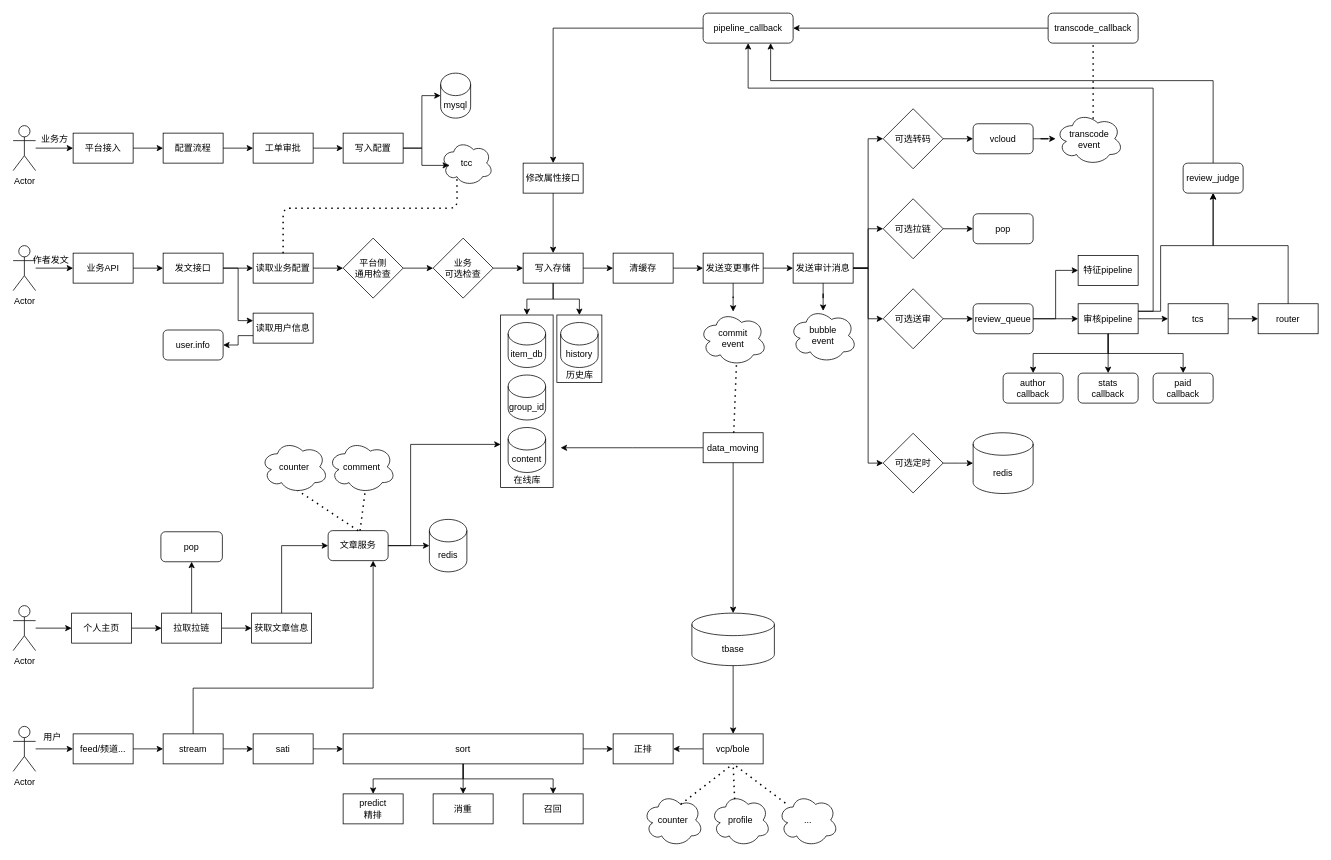
Earlier version of the draw.io diagram page "核心流程" (6 of 7) of 关键流程梳理.drawio (Jessie-via/for_drawio). Source tidied: cells renumbered, new cells numbered last; positions are measured from the earlier drawing's top-left corner, leaving out a move shared by most shapes. Both pictures are drawn from the tidied source at 75%, with x=0, y=0 at pixel (13, 13).
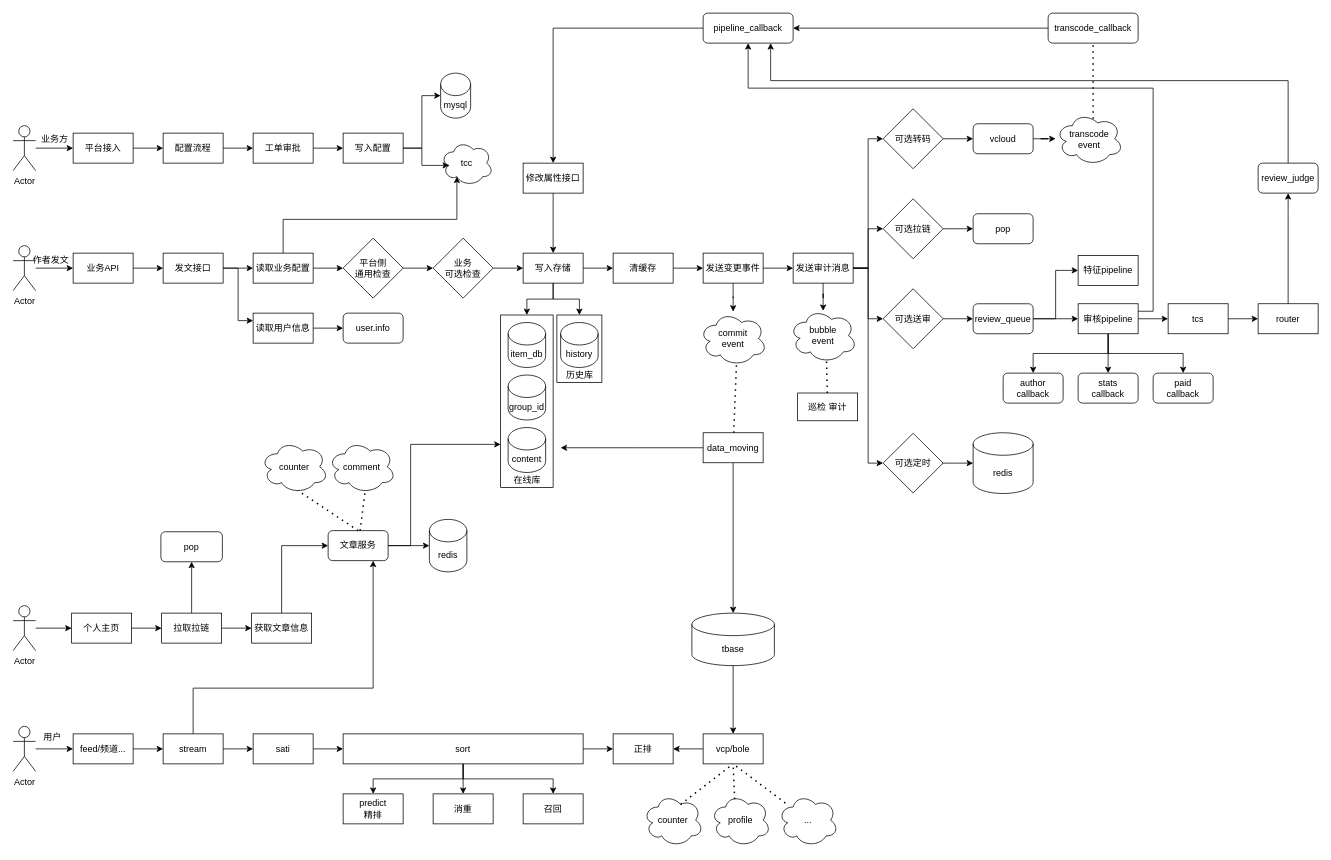
The same page after the edit.

Unchanged cells that the change refers to:
```xml
<mxCell id="14" value="tcc" style="ellipse;shape=cloud;whiteSpace=wrap;html=1;strokeColor=#000000;fillColor=none;" parent="1" vertex="1">
  <mxGeometry x="570" y="170" width="70" height="60" as="geometry" />
</mxCell>
<mxCell id="25" value="读取业务配置" style="rounded=0;whiteSpace=wrap;html=1;strokeColor=#000000;fillColor=none;" parent="1" vertex="1">
  <mxGeometry x="320" y="320" width="80" height="40" as="geometry" />
</mxCell>
<mxCell id="27" value="读取用户信息" style="rounded=0;whiteSpace=wrap;html=1;strokeColor=#000000;fillColor=none;" parent="1" vertex="1">
  <mxGeometry x="320" y="400" width="80" height="40" as="geometry" />
</mxCell>
<mxCell id="76" value="bubble&lt;br&gt;event" style="ellipse;shape=cloud;whiteSpace=wrap;html=1;strokeColor=#000000;fillColor=none;" parent="1" vertex="1">
  <mxGeometry x="1035" y="394" width="90" height="72" as="geometry" />
</mxCell>
<mxCell id="110" value="审核pipeline" style="rounded=0;whiteSpace=wrap;html=1;strokeColor=#000000;fillColor=none;" parent="1" vertex="1">
  <mxGeometry x="1420" y="387.5" width="80" height="40" as="geometry" />
</mxCell>
<mxCell id="115" value="router" style="rounded=0;whiteSpace=wrap;html=1;strokeColor=#000000;fillColor=none;" parent="1" vertex="1">
  <mxGeometry x="1660" y="387.5" width="80" height="40" as="geometry" />
</mxCell>
<mxCell id="130" value="pipeline_callback" style="rounded=1;whiteSpace=wrap;html=1;strokeColor=#000000;fillColor=none;" parent="1" vertex="1">
  <mxGeometry x="920" width="120" height="40" as="geometry" />
</mxCell>
```

Diff of the diagram source:
```diff
@@
+    <mxCell id="59" style="edgeStyle=orthogonalEdgeStyle;rounded=0;jettySize=auto;html=1;entryX=0.31;entryY=0.8;entryDx=0;entryDy=0;entryPerimeter=0;strokeColor=#000000;fillColor=#FFF2CC;exitX=0.5;exitY=0;exitDx=0;exitDy=0;" parent="1" edge="1" source="25" target="14">
+      <mxGeometry relative="1" as="geometry" />
+    </mxCell>
@@
-    <mxCell id="26" style="edgeStyle=orthogonalEdgeStyle;rounded=0;jettySize=auto;html=1;entryX=1;entryY=0.5;entryDx=0;entryDy=0;strokeColor=#000000;fillColor=#FFF2CC;exitX=0;exitY=0.75;exitDx=0;exitDy=0;" parent="1" edge="1" source="27" target="139">
+    <mxCell id="26" style="edgeStyle=orthogonalEdgeStyle;rounded=0;jettySize=auto;html=1;entryX=0;entryY=0.5;entryDx=0;entryDy=0;strokeColor=#000000;fillColor=#FFF2CC;exitX=1;exitY=0.5;exitDx=0;exitDy=0;" parent="1" edge="1" source="27" target="139">
       <mxGeometry relative="1" as="geometry" />
     </mxCell>
@@
-    <mxCell id="59" style="endArrow=none;dashed=1;html=1;dashPattern=1 3;strokeWidth=2;fillColor=#FFF2CC;entryX=0.31;entryY=0.8;entryDx=0;entryDy=0;entryPerimeter=0;exitX=0.5;exitY=0;exitDx=0;exitDy=0;" parent="1" edge="1" source="25" target="14">
-      <mxGeometry relative="1" as="geometry">
-        <Array as="points">
-          <mxPoint x="360" y="260" />
-          <mxPoint x="592" y="260" />
-        </Array>
-      </mxGeometry>
-    </mxCell>
@@
-    <mxCell id="106" style="edgeStyle=orthogonalEdgeStyle;rounded=0;jettySize=auto;html=1;exitX=1;exitY=0.25;exitDx=0;exitDy=0;entryX=0.5;entryY=1;entryDx=0;entryDy=0;strokeColor=#000000;fillColor=#FFF2CC;" parent="1" edge="1" source="110" target="132">
-      <mxGeometry relative="1" as="geometry">
-        <Array as="points">
-          <mxPoint x="1530" y="398" />
-          <mxPoint x="1530" y="310" />
-          <mxPoint x="1600" y="310" />
-        </Array>
-      </mxGeometry>
-    </mxCell>
@@
     <mxCell id="114" style="edgeStyle=orthogonalEdgeStyle;rounded=0;jettySize=auto;html=1;entryX=0.5;entryY=1;entryDx=0;entryDy=0;strokeColor=#000000;fillColor=#FFF2CC;exitX=0.5;exitY=0;exitDx=0;exitDy=0;" parent="1" edge="1" source="115" target="132">
       <mxGeometry relative="1" as="geometry">
         <Array as="points">
-          <mxPoint x="1700" y="310" />
-          <mxPoint x="1600" y="310" />
+          <mxPoint x="1700" y="270" />
+          <mxPoint x="1700" y="270" />
         </Array>
       </mxGeometry>
     </mxCell>
@@
-    <mxCell id="131" style="edgeStyle=orthogonalEdgeStyle;rounded=0;jettySize=auto;html=1;entryX=0.75;entryY=1;entryDx=0;entryDy=0;strokeColor=#000000;fillColor=#FFF2CC;" parent="1" edge="1" source="132" target="130">
+    <mxCell id="131" style="edgeStyle=orthogonalEdgeStyle;rounded=0;jettySize=auto;html=1;entryX=0.75;entryY=1;entryDx=0;entryDy=0;strokeColor=#000000;fillColor=#FFF2CC;exitX=0.5;exitY=0;exitDx=0;exitDy=0;" parent="1" edge="1" source="132" target="130">
       <mxGeometry relative="1" as="geometry">
         <Array as="points">
-          <mxPoint x="1600" y="90" />
+          <mxPoint x="1700" y="90" />
           <mxPoint x="1010" y="90" />
         </Array>
       </mxGeometry>
     </mxCell>
     <mxCell id="132" value="review_judge" style="rounded=1;whiteSpace=wrap;html=1;strokeColor=#000000;fillColor=none;" parent="1" vertex="1">
-      <mxGeometry x="1560" y="200" width="80" height="40" as="geometry" />
+      <mxGeometry x="1660" y="200" width="80" height="40" as="geometry" />
     </mxCell>
@@
     <mxCell id="139" value="user.info" style="rounded=1;whiteSpace=wrap;html=1;strokeColor=#000000;fillColor=none;" parent="1" vertex="1">
-      <mxGeometry x="200" y="422.5" width="80" height="40" as="geometry" />
+      <mxGeometry x="440" y="400" width="80" height="40" as="geometry" />
     </mxCell>
@@
+    <mxCell id="150" value="巡检 审计" style="rounded=0;whiteSpace=wrap;html=1;strokeColor=#000000;fillColor=none;" parent="1" vertex="1">
+      <mxGeometry x="1046" y="506.5" width="80" height="37" as="geometry" />
+    </mxCell>
+    <mxCell id="151" style="endArrow=none;dashed=1;html=1;dashPattern=1 3;strokeWidth=2;fillColor=#FFF2CC;entryX=0.55;entryY=0.95;entryDx=0;entryDy=0;entryPerimeter=0;" parent="1" edge="1" source="150" target="76">
+      <mxGeometry relative="1" as="geometry" />
+    </mxCell>
```
